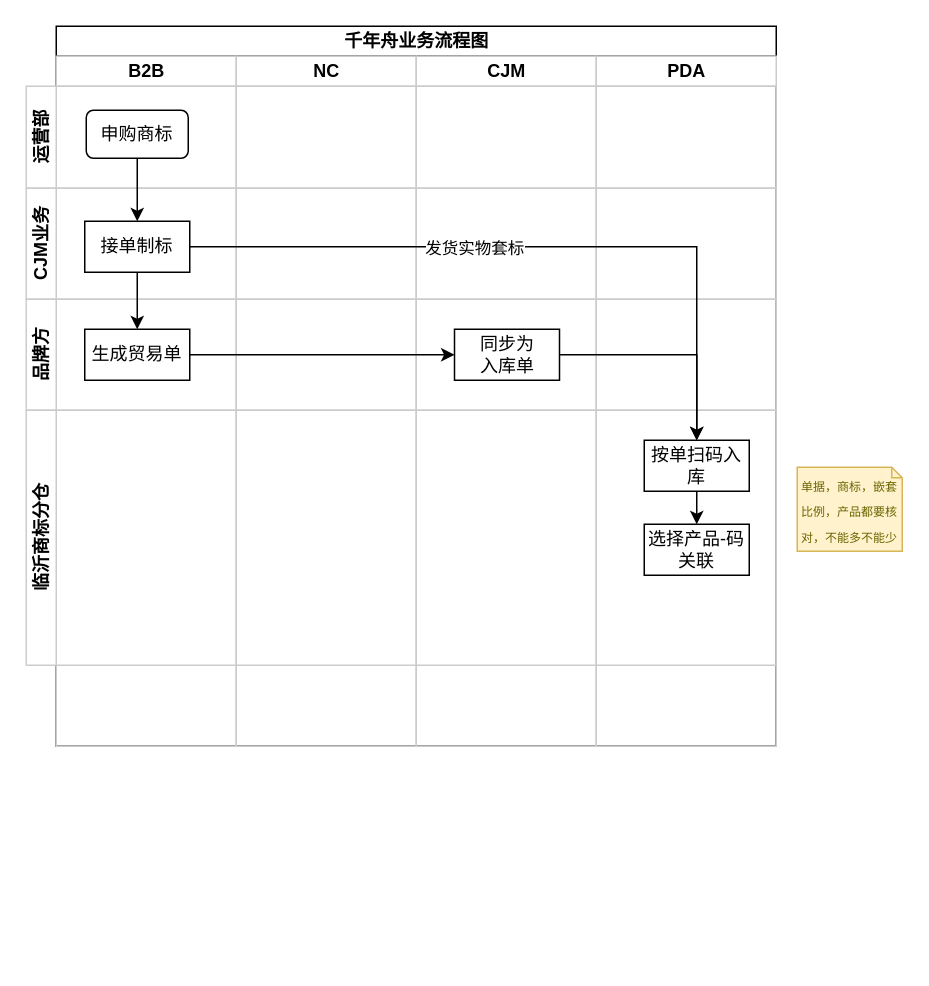
The draw.io diagram 未命名绘图.drawio in wangjing0128/flow-chart, before the edit. Source tidied: cells renumbered, new cells numbered last; positions are measured from the earlier drawing's top-left corner, leaving out a move shared by most shapes. Both pictures are drawn from the tidied source at 150%, with x=0, y=0 at pixel (26, 26).
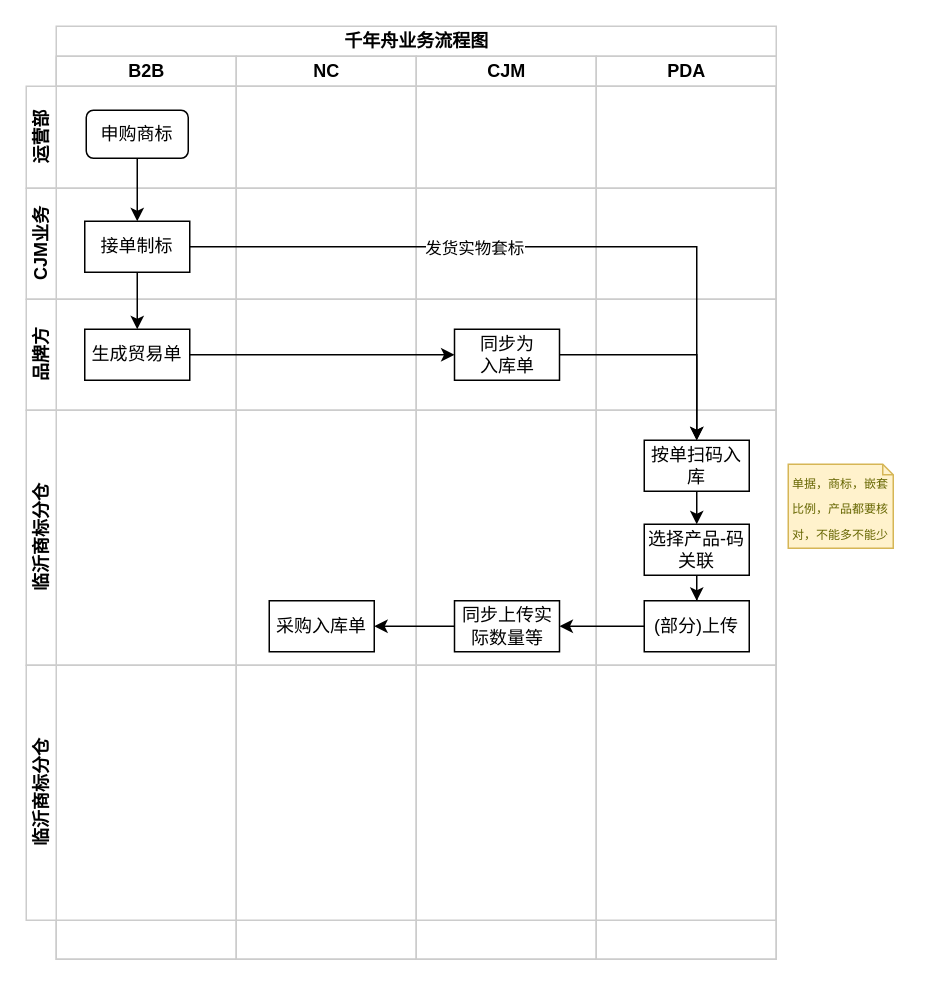
The same page after the edit.

Commit message (it also covers changes not shown here):
更新未命名绘图.drawio

Unchanged cells that the change refers to:
```xml
<mxCell id="16" value="临沂商标分仓" style="swimlane;startSize=20;horizontal=0;html=1;whiteSpace=wrap;strokeColor=#CCCCCC;" parent="1" vertex="1">
  <mxGeometry y="256" width="500" height="170" as="geometry" />
</mxCell>
<mxCell id="19" value="选择产品-码关联" style="rounded=0;whiteSpace=wrap;html=1;" parent="16" vertex="1">
  <mxGeometry x="412" y="76" width="70" height="34" as="geometry" />
</mxCell>
```

The edit, as a diff of the source:
```diff
@@
-    <mxCell id="2" value="千年舟业务流程图" style="swimlane;startSize=20;html=1;" parent="1" vertex="1">
-      <mxGeometry x="20" width="480" height="480" as="geometry" />
+    <mxCell id="2" value="千年舟业务流程图" style="swimlane;startSize=20;html=1;strokeColor=#CCCCCC;" parent="1" vertex="1">
+      <mxGeometry x="20" width="480" height="622" as="geometry" />
     </mxCell>
     <mxCell id="3" value="B2B" style="swimlane;startSize=20;html=1;strokeColor=#CCCCCC;" parent="2" vertex="1">
-      <mxGeometry y="20" width="120" height="460" as="geometry" />
+      <mxGeometry y="20" width="120" height="602" as="geometry" />
     </mxCell>
     <mxCell id="4" value="NC" style="swimlane;startSize=20;html=1;strokeColor=#CCCCCC;" parent="2" vertex="1">
-      <mxGeometry x="120" y="20" width="120" height="460" as="geometry" />
+      <mxGeometry x="120" y="20" width="120" height="602" as="geometry" />
     </mxCell>
     <mxCell id="5" value="CJM" style="swimlane;startSize=20;html=1;strokeColor=#CCCCCC;" parent="2" vertex="1">
-      <mxGeometry x="240" y="20" width="120" height="460" as="geometry" />
+      <mxGeometry x="240" y="20" width="120" height="602" as="geometry" />
     </mxCell>
     <mxCell id="6" value="PDA" style="swimlane;startSize=20;html=1;strokeColor=#CCCCCC;" parent="2" vertex="1">
-      <mxGeometry x="360" y="20" width="120" height="460" as="geometry" />
+      <mxGeometry x="360" y="20" width="120" height="602" as="geometry" />
     </mxCell>
@@
+    <mxCell id="26" style="edgeStyle=orthogonalEdgeStyle;rounded=0;jettySize=auto;html=1;exitX=0.5;exitY=1;exitDx=0;exitDy=0;" parent="16" edge="1" source="19" target="28">
+      <mxGeometry relative="1" as="geometry" />
+    </mxCell>
@@
+    <mxCell id="27" style="edgeStyle=orthogonalEdgeStyle;rounded=0;jettySize=auto;html=1;exitX=0;exitY=0.5;exitDx=0;exitDy=0;" parent="16" edge="1" source="28" target="30">
+      <mxGeometry relative="1" as="geometry" />
+    </mxCell>
+    <mxCell id="28" value="(部分)上传" style="rounded=0;whiteSpace=wrap;html=1;" parent="16" vertex="1">
+      <mxGeometry x="412" y="127" width="70" height="34" as="geometry" />
+    </mxCell>
+    <mxCell id="29" style="edgeStyle=orthogonalEdgeStyle;rounded=0;jettySize=auto;html=1;exitX=0;exitY=0.5;exitDx=0;exitDy=0;" parent="16" edge="1" source="30" target="31">
+      <mxGeometry relative="1" as="geometry" />
+    </mxCell>
+    <mxCell id="30" value="同步上传实际数量等" style="rounded=0;whiteSpace=wrap;html=1;" parent="16" vertex="1">
+      <mxGeometry x="285.5" y="127" width="70" height="34" as="geometry" />
+    </mxCell>
+    <mxCell id="31" value="采购入库单" style="rounded=0;whiteSpace=wrap;html=1;" parent="16" vertex="1">
+      <mxGeometry x="162" y="127" width="70" height="34" as="geometry" />
+    </mxCell>
@@
     <mxCell id="25" value="&lt;font style=&quot;font-size: 8px;&quot;&gt;单据，商标，嵌套比例，产品都要核对，不能多不能少&lt;/font&gt;" style="shape=note;strokeWidth=1;fontSize=14;size=7;whiteSpace=wrap;html=1;fillColor=#fff2cc;strokeColor=#d6b656;fontColor=#666600;" parent="1" vertex="1">
-      <mxGeometry x="514" y="294" width="70" height="56" as="geometry" />
+      <mxGeometry x="508" y="292" width="70" height="56" as="geometry" />
     </mxCell>
+    <mxCell id="32" value="临沂商标分仓" style="swimlane;startSize=20;horizontal=0;html=1;whiteSpace=wrap;strokeColor=#CCCCCC;" parent="1" vertex="1">
+      <mxGeometry y="426" width="500" height="170" as="geometry" />
+    </mxCell>
```
